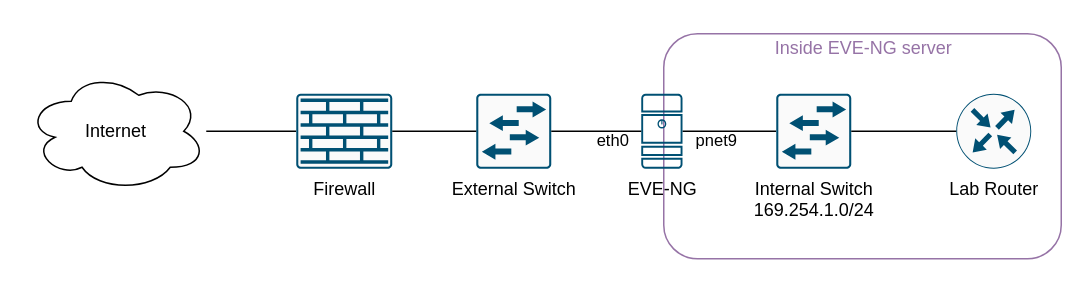
The draw.io diagram Diagrams/EVE-NG Architecture.drawio in dainok/courses, before the edit. Source tidied: cells renumbered, new cells numbered last; positions are measured from the earlier drawing's top-left corner, leaving out a move shared by most shapes. Both pictures are drawn from the tidied source at 150%, with x=0, y=0 at pixel (26, 26).
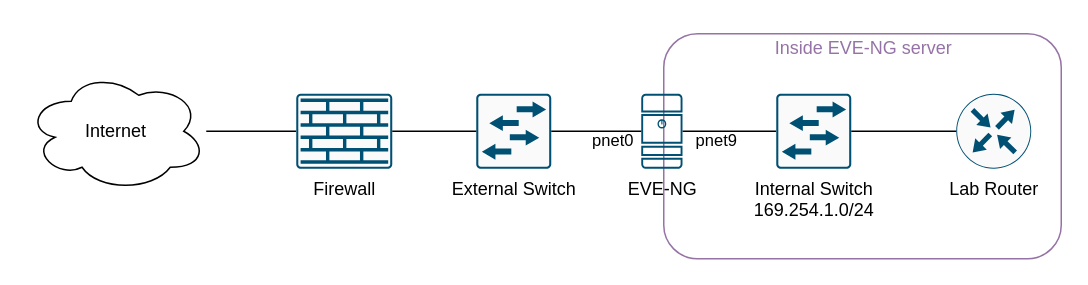
After the change.

What changed in the source:
```diff
@@
 <mxGraphModel>
   <root>
     <mxCell id="0" />
     <mxCell id="1" parent="0" />
     <mxCell id="2" style="rounded=1;whiteSpace=wrap;html=1;fillColor=none;strokeColor=#9673a6;" parent="1" vertex="1">
       <mxGeometry x="425" y="5" width="265" height="150" as="geometry" />
     </mxCell>
     <mxCell id="3" style="edgeStyle=orthogonalEdgeStyle;rounded=0;jettySize=auto;html=1;entryX=0;entryY=0.5;entryDx=0;entryDy=0;entryPerimeter=0;endArrow=none;endFill=0;" parent="1" edge="1" source="5" target="9">
       <mxGeometry relative="1" as="geometry" />
     </mxCell>
     <mxCell id="4" value="pnet9" style="edgeLabel;html=1;align=center;verticalAlign=middle;labelBackgroundColor=none;" parent="3" vertex="1">
       <mxGeometry x="-0.46" y="-1" relative="1" as="geometry">
         <mxPoint x="5" y="4" as="offset" />
       </mxGeometry>
     </mxCell>
     <mxCell id="5" value="EVE-NG" style="sketch=0;points=[[0.015,0.015,0],[0.985,0.015,0],[0.985,0.985,0],[0.015,0.985,0],[0.25,0,0],[0.5,0,0],[0.75,0,0],[1,0.25,0],[1,0.5,0],[1,0.75,0],[0.75,1,0],[0.5,1,0],[0.25,1,0],[0,0.75,0],[0,0.5,0],[0,0.25,0]];verticalLabelPosition=bottom;html=1;verticalAlign=top;align=center;shape=mxgraph.cisco19.server;fillColor=#005073;strokeColor=none;" parent="1" vertex="1">
       <mxGeometry x="410" y="45" width="27.5" height="50" as="geometry" />
     </mxCell>
     <mxCell id="6" value="External Switch" style="sketch=0;points=[[0.015,0.015,0],[0.985,0.015,0],[0.985,0.985,0],[0.015,0.985,0],[0.25,0,0],[0.5,0,0],[0.75,0,0],[1,0.25,0],[1,0.5,0],[1,0.75,0],[0.75,1,0],[0.5,1,0],[0.25,1,0],[0,0.75,0],[0,0.5,0],[0,0.25,0]];verticalLabelPosition=bottom;html=1;verticalAlign=top;align=center;shape=mxgraph.cisco19.rect;prIcon=l2_switch;fillColor=#FAFAFA;strokeColor=#005073;" parent="1" vertex="1">
       <mxGeometry x="300" y="45" width="50" height="50" as="geometry" />
     </mxCell>
     <mxCell id="7" style="edgeStyle=orthogonalEdgeStyle;rounded=0;jettySize=auto;html=1;entryX=0;entryY=0.5;entryDx=0;entryDy=0;entryPerimeter=0;endArrow=none;endFill=0;" parent="1" edge="1" source="6" target="5">
       <mxGeometry relative="1" as="geometry" />
     </mxCell>
-    <mxCell id="8" value="eth0" style="edgeLabel;html=1;align=center;verticalAlign=middle;labelBackgroundColor=none;" parent="7" vertex="1">
+    <mxCell id="8" value="pnet0" style="edgeLabel;html=1;align=center;verticalAlign=middle;labelBackgroundColor=none;" parent="7" vertex="1">
       <mxGeometry x="0.2" y="1" relative="1" as="geometry">
         <mxPoint x="4" y="6" as="offset" />
       </mxGeometry>
     </mxCell>
     <mxCell id="9" value="Internal Switch&lt;br&gt;169.254.1.0/24" style="sketch=0;points=[[0.015,0.015,0],[0.985,0.015,0],[0.985,0.985,0],[0.015,0.985,0],[0.25,0,0],[0.5,0,0],[0.75,0,0],[1,0.25,0],[1,0.5,0],[1,0.75,0],[0.75,1,0],[0.5,1,0],[0.25,1,0],[0,0.75,0],[0,0.5,0],[0,0.25,0]];verticalLabelPosition=bottom;html=1;verticalAlign=top;align=center;shape=mxgraph.cisco19.rect;prIcon=l2_switch;fillColor=#FAFAFA;strokeColor=#005073;" parent="1" vertex="1">
       <mxGeometry x="500" y="45" width="50" height="50" as="geometry" />
     </mxCell>
     <mxCell id="10" value="Lab Router" style="sketch=0;points=[[0.5,0,0],[1,0.5,0],[0.5,1,0],[0,0.5,0],[0.145,0.145,0],[0.8555,0.145,0],[0.855,0.8555,0],[0.145,0.855,0]];verticalLabelPosition=bottom;html=1;verticalAlign=top;align=center;shape=mxgraph.cisco19.rect;prIcon=router;fillColor=#FAFAFA;strokeColor=#005073;" parent="1" vertex="1">
       <mxGeometry x="620" y="45" width="50" height="50" as="geometry" />
     </mxCell>
     <mxCell id="11" style="edgeStyle=orthogonalEdgeStyle;rounded=0;jettySize=auto;html=1;exitX=1;exitY=0.5;exitDx=0;exitDy=0;exitPerimeter=0;entryX=0;entryY=0.5;entryDx=0;entryDy=0;entryPerimeter=0;endArrow=none;endFill=0;" parent="1" edge="1" source="9" target="10">
       <mxGeometry relative="1" as="geometry" />
     </mxCell>
     <mxCell id="12" style="edgeStyle=orthogonalEdgeStyle;rounded=0;jettySize=auto;html=1;endArrow=none;endFill=0;" parent="1" edge="1" source="13" target="14">
       <mxGeometry relative="1" as="geometry" />
     </mxCell>
     <mxCell id="13" value="Firewall" style="sketch=0;points=[[0.015,0.015,0],[0.985,0.015,0],[0.985,0.985,0],[0.015,0.985,0],[0.25,0,0],[0.5,0,0],[0.75,0,0],[1,0.25,0],[1,0.5,0],[1,0.75,0],[0.75,1,0],[0.5,1,0],[0.25,1,0],[0,0.75,0],[0,0.5,0],[0,0.25,0]];verticalLabelPosition=bottom;html=1;verticalAlign=top;align=center;shape=mxgraph.cisco19.rect;prIcon=firewall;fillColor=#FAFAFA;strokeColor=#005073;" parent="1" vertex="1">
       <mxGeometry x="180" y="45" width="64" height="50" as="geometry" />
     </mxCell>
     <mxCell id="14" value="Internet" style="ellipse;shape=cloud;whiteSpace=wrap;html=1;" parent="1" vertex="1">
       <mxGeometry y="30" width="120" height="80" as="geometry" />
     </mxCell>
     <mxCell id="15" style="edgeStyle=orthogonalEdgeStyle;rounded=0;jettySize=auto;html=1;exitX=0;exitY=0.5;exitDx=0;exitDy=0;exitPerimeter=0;entryX=1;entryY=0.5;entryDx=0;entryDy=0;entryPerimeter=0;endArrow=none;endFill=0;" parent="1" edge="1" source="6" target="13">
       <mxGeometry relative="1" as="geometry" />
     </mxCell>
     <mxCell id="16" value="Inside EVE-NG server" style="text;html=1;align=center;verticalAlign=middle;strokeColor=none;fillColor=none;fontColor=#9673A6;" parent="1" vertex="1">
       <mxGeometry x="487.5" width="140" height="30" as="geometry" />
     </mxCell>
   </root>
 </mxGraphModel>
```
